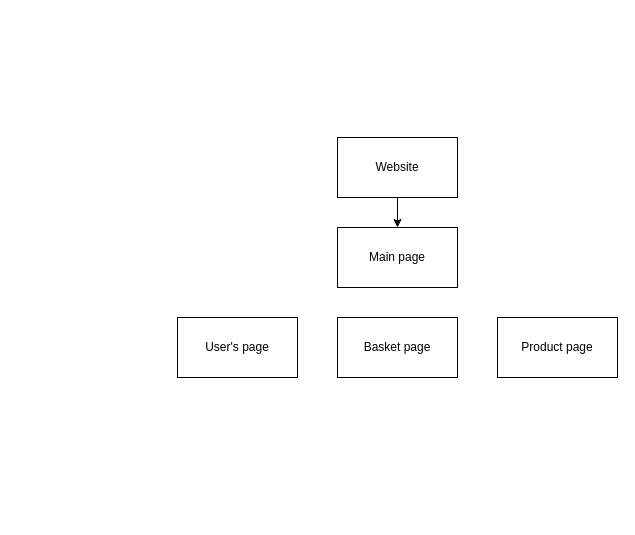
Above: page "Map" (1 of 3) of Withcer_map.drawio in DemonMaike/dj_shop_the_withcer (draw.io), before the change. Source tidied: cells renumbered, new cells numbered last; positions are measured from the earlier drawing's top-left corner, leaving out a move shared by most shapes. Both pictures are drawn from the tidied source at 100%, with x=0, y=0 at pixel (177, 137).
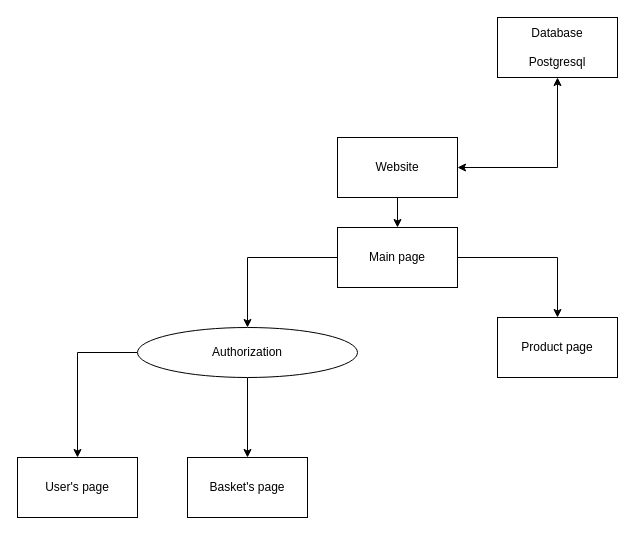
Above is the later version.

Diff of the diagram source:
```diff
@@
 <mxGraphModel>
   <root>
     <mxCell id="0" />
     <mxCell id="1" parent="0" />
     <mxCell id="2" style="edgeStyle=orthogonalEdgeStyle;rounded=0;jettySize=auto;html=1;entryX=0.5;entryY=0;entryDx=0;entryDy=0;" parent="1" edge="1" source="3" target="4">
       <mxGeometry relative="1" as="geometry" />
     </mxCell>
     <mxCell id="3" value="&lt;div&gt;Website&lt;/div&gt;" style="rounded=0;whiteSpace=wrap;html=1;" parent="1" vertex="1">
       <mxGeometry x="160" width="120" height="60" as="geometry" />
     </mxCell>
+    <mxCell id="8" style="edgeStyle=orthogonalEdgeStyle;rounded=0;jettySize=auto;html=1;entryX=0.5;entryY=0;entryDx=0;entryDy=0;" parent="1" edge="1" source="4" target="7">
+      <mxGeometry relative="1" as="geometry" />
+    </mxCell>
+    <mxCell id="9" style="edgeStyle=orthogonalEdgeStyle;rounded=0;jettySize=auto;html=1;exitX=0;exitY=0.5;exitDx=0;exitDy=0;entryX=0.5;entryY=0;entryDx=0;entryDy=0;startArrow=none;startFill=0;" parent="1" edge="1" source="4" target="14">
+      <mxGeometry relative="1" as="geometry" />
+    </mxCell>
     <mxCell id="4" value="Main page" style="rounded=0;whiteSpace=wrap;html=1;" parent="1" vertex="1">
       <mxGeometry x="160" y="90" width="120" height="60" as="geometry" />
     </mxCell>
     <mxCell id="5" value="User's page" style="rounded=0;whiteSpace=wrap;html=1;" parent="1" vertex="1">
-      <mxGeometry y="180" width="120" height="60" as="geometry" />
+      <mxGeometry x="-160" y="320" width="120" height="60" as="geometry" />
     </mxCell>
-    <mxCell id="6" value="Basket page" style="rounded=0;whiteSpace=wrap;html=1;" parent="1" vertex="1">
-      <mxGeometry x="160" y="180" width="120" height="60" as="geometry" />
+    <mxCell id="6" value="Basket's page" style="rounded=0;whiteSpace=wrap;html=1;" parent="1" vertex="1">
+      <mxGeometry x="10" y="320" width="120" height="60" as="geometry" />
     </mxCell>
     <mxCell id="7" value="Product page" style="rounded=0;whiteSpace=wrap;html=1;" parent="1" vertex="1">
       <mxGeometry x="320" y="180" width="120" height="60" as="geometry" />
     </mxCell>
+    <mxCell id="10" style="edgeStyle=orthogonalEdgeStyle;rounded=0;jettySize=auto;html=1;entryX=1;entryY=0.5;entryDx=0;entryDy=0;startArrow=classic;startFill=1;" parent="1" edge="1" source="11" target="3">
+      <mxGeometry relative="1" as="geometry">
+        <Array as="points">
+          <mxPoint x="380" y="30" />
+        </Array>
+      </mxGeometry>
+    </mxCell>
+    <mxCell id="11" value="&lt;div&gt;Database&lt;/div&gt;&lt;div&gt;&lt;br&gt;&lt;/div&gt;&lt;div&gt;Postgresql&lt;br&gt;&lt;/div&gt;" style="rounded=0;whiteSpace=wrap;html=1;" parent="1" vertex="1">
+      <mxGeometry x="320" y="-120" width="120" height="60" as="geometry" />
+    </mxCell>
+    <mxCell id="12" style="edgeStyle=orthogonalEdgeStyle;rounded=0;jettySize=auto;html=1;startArrow=none;startFill=0;" parent="1" edge="1" source="14" target="5">
+      <mxGeometry relative="1" as="geometry">
+        <Array as="points">
+          <mxPoint x="-100" y="215" />
+        </Array>
+      </mxGeometry>
+    </mxCell>
+    <mxCell id="13" style="edgeStyle=orthogonalEdgeStyle;rounded=0;jettySize=auto;html=1;startArrow=none;startFill=0;entryX=0.5;entryY=0;entryDx=0;entryDy=0;" parent="1" edge="1" source="14" target="6">
+      <mxGeometry relative="1" as="geometry" />
+    </mxCell>
+    <mxCell id="14" value="Authorization" style="ellipse;whiteSpace=wrap;html=1;" parent="1" vertex="1">
+      <mxGeometry x="-40" y="190" width="220" height="50" as="geometry" />
+    </mxCell>
   </root>
 </mxGraphModel>
```
